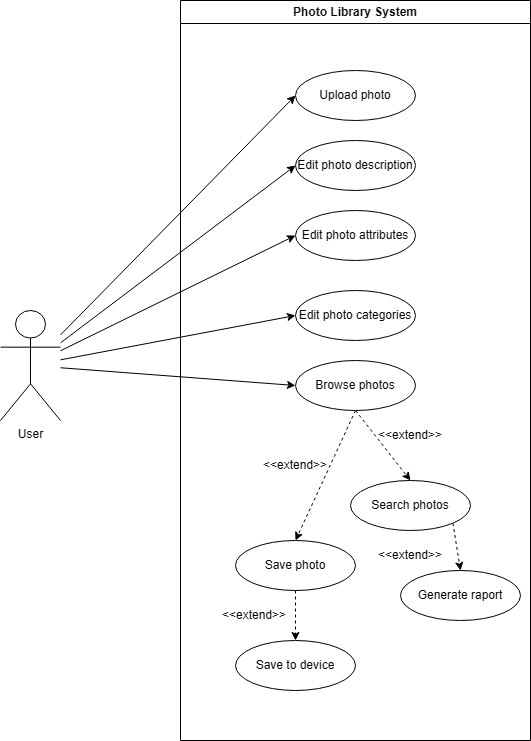
Earlier version of the draw.io export Documentation/UseCasePhotoLibrary.drawio.png (Necer13/2025_TAB_S6_RAKWIC). Source tidied: cells renumbered, new cells last; positions are measured from the earlier drawing's top-left corner, leaving out a move shared by most shapes.
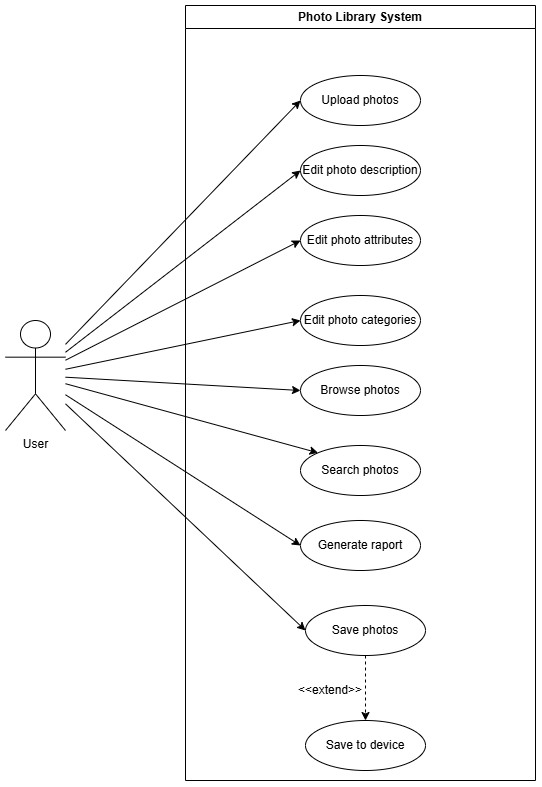
After the change.

Commit message:
Modified use case diagram

Diff of the diagram source:
```diff
@@ -3,9 +3,9 @@
     <mxCell id="0" />
     <mxCell id="1" parent="0" />
     <mxCell id="2" value="Photo Library System" style="swimlane;whiteSpace=wrap;html=1;" parent="1" vertex="1">
-      <mxGeometry x="180" width="350" height="740" as="geometry" />
+      <mxGeometry x="180" y="-5" width="350" height="775" as="geometry" />
     </mxCell>
-    <mxCell id="3" value="Upload photo" style="ellipse;whiteSpace=wrap;html=1;" parent="2" vertex="1">
+    <mxCell id="3" value="Upload photos" style="ellipse;whiteSpace=wrap;html=1;" parent="2" vertex="1">
       <mxGeometry x="115" y="70" width="120" height="50" as="geometry" />
     </mxCell>
     <mxCell id="4" value="Edit photo description" style="ellipse;whiteSpace=wrap;html=1;" parent="2" vertex="1">
@@ -17,45 +17,27 @@
     <mxCell id="6" value="Edit photo categories" style="ellipse;whiteSpace=wrap;html=1;" parent="2" vertex="1">
       <mxGeometry x="115" y="290" width="120" height="50" as="geometry" />
     </mxCell>
-    <mxCell id="7" style="rounded=0;jettySize=auto;html=1;exitX=0.5;exitY=1;exitDx=0;exitDy=0;entryX=0.5;entryY=0;entryDx=0;entryDy=0;dashed=1;" parent="2" edge="1" source="9" target="11">
-      <mxGeometry relative="1" as="geometry" />
-    </mxCell>
-    <mxCell id="8" style="rounded=0;jettySize=auto;html=1;exitX=0.5;exitY=1;exitDx=0;exitDy=0;entryX=0.5;entryY=0;entryDx=0;entryDy=0;dashed=1;" parent="2" edge="1" source="9" target="14">
-      <mxGeometry relative="1" as="geometry" />
-    </mxCell>
     <mxCell id="9" value="Browse photos" style="ellipse;whiteSpace=wrap;html=1;" parent="2" vertex="1">
       <mxGeometry x="115" y="360" width="120" height="50" as="geometry" />
     </mxCell>
-    <mxCell id="10" style="rounded=0;jettySize=auto;html=1;exitX=1;exitY=1;exitDx=0;exitDy=0;entryX=0.5;entryY=0;entryDx=0;entryDy=0;dashed=1;" parent="2" edge="1" source="11" target="18">
-      <mxGeometry relative="1" as="geometry" />
-    </mxCell>
     <mxCell id="11" value="Search photos" style="ellipse;whiteSpace=wrap;html=1;" parent="2" vertex="1">
-      <mxGeometry x="170" y="480" width="120" height="50" as="geometry" />
+      <mxGeometry x="115" y="440" width="120" height="50" as="geometry" />
     </mxCell>
-    <mxCell id="12" value="&amp;lt;&amp;lt;extend&amp;gt;&amp;gt;" style="text;html=1;align=center;verticalAlign=middle;whiteSpace=wrap;rounded=0;" parent="2" vertex="1">
-      <mxGeometry x="200" y="420" width="60" height="30" as="geometry" />
-    </mxCell>
     <mxCell id="13" style="rounded=0;jettySize=auto;html=1;exitX=0.5;exitY=1;exitDx=0;exitDy=0;entryX=0.5;entryY=0;entryDx=0;entryDy=0;dashed=1;" parent="2" edge="1" source="14" target="16">
       <mxGeometry relative="1" as="geometry" />
     </mxCell>
-    <mxCell id="14" value="Save photo" style="ellipse;whiteSpace=wrap;html=1;" parent="2" vertex="1">
-      <mxGeometry x="55" y="540" width="120" height="50" as="geometry" />
+    <mxCell id="14" value="Save photos" style="ellipse;whiteSpace=wrap;html=1;" parent="2" vertex="1">
+      <mxGeometry x="120" y="600" width="120" height="50" as="geometry" />
     </mxCell>
-    <mxCell id="15" value="&amp;lt;&amp;lt;extend&amp;gt;&amp;gt;" style="text;html=1;align=center;verticalAlign=middle;whiteSpace=wrap;rounded=0;" parent="2" vertex="1">
-      <mxGeometry x="85" y="450" width="60" height="30" as="geometry" />
-    </mxCell>
     <mxCell id="16" value="Save to device" style="ellipse;whiteSpace=wrap;html=1;" parent="2" vertex="1">
-      <mxGeometry x="55" y="640" width="120" height="50" as="geometry" />
+      <mxGeometry x="120" y="715" width="120" height="50" as="geometry" />
     </mxCell>
     <mxCell id="17" value="&amp;lt;&amp;lt;extend&amp;gt;&amp;gt;" style="text;html=1;align=center;verticalAlign=middle;whiteSpace=wrap;rounded=0;" parent="2" vertex="1">
-      <mxGeometry x="44" y="600" width="60" height="30" as="geometry" />
+      <mxGeometry x="115" y="670" width="60" height="30" as="geometry" />
     </mxCell>
     <mxCell id="18" value="Generate raport" style="ellipse;whiteSpace=wrap;html=1;" parent="2" vertex="1">
-      <mxGeometry x="220" y="570" width="120" height="50" as="geometry" />
+      <mxGeometry x="115" y="515" width="120" height="50" as="geometry" />
     </mxCell>
-    <mxCell id="19" value="&amp;lt;&amp;lt;extend&amp;gt;&amp;gt;" style="text;html=1;align=center;verticalAlign=middle;whiteSpace=wrap;rounded=0;" parent="2" vertex="1">
-      <mxGeometry x="200" y="540" width="60" height="30" as="geometry" />
-    </mxCell>
     <mxCell id="20" style="rounded=0;jettySize=auto;html=1;entryX=0;entryY=0.5;entryDx=0;entryDy=0;" parent="1" edge="1" source="25" target="3">
       <mxGeometry relative="1" as="geometry" />
     </mxCell>
@@ -71,6 +53,15 @@
     <mxCell id="24" style="edgeStyle=none;shape=connector;rounded=0;jettySize=auto;html=1;entryX=0;entryY=0.5;entryDx=0;entryDy=0;strokeColor=default;align=center;verticalAlign=middle;fontFamily=Helvetica;fontSize=11;fontColor=default;labelBackgroundColor=default;endArrow=classic;" parent="1" edge="1" source="25" target="9">
       <mxGeometry relative="1" as="geometry" />
     </mxCell>
+    <mxCell id="26" style="rounded=0;jettySize=auto;html=1;entryX=0;entryY=0.5;entryDx=0;entryDy=0;" parent="1" edge="1" source="25" target="14">
+      <mxGeometry relative="1" as="geometry" />
+    </mxCell>
+    <mxCell id="27" style="rounded=0;jettySize=auto;html=1;entryX=0;entryY=0;entryDx=0;entryDy=0;" parent="1" edge="1" source="25" target="11">
+      <mxGeometry relative="1" as="geometry" />
+    </mxCell>
+    <mxCell id="28" style="rounded=0;jettySize=auto;html=1;entryX=0;entryY=0.5;entryDx=0;entryDy=0;" parent="1" edge="1" source="25" target="18">
+      <mxGeometry relative="1" as="geometry" />
+    </mxCell>
     <mxCell id="25" value="User" style="shape=umlActor;verticalLabelPosition=bottom;verticalAlign=top;html=1;outlineConnect=0;" parent="1" vertex="1">
       <mxGeometry y="310" width="60" height="110" as="geometry" />
     </mxCell>
```
